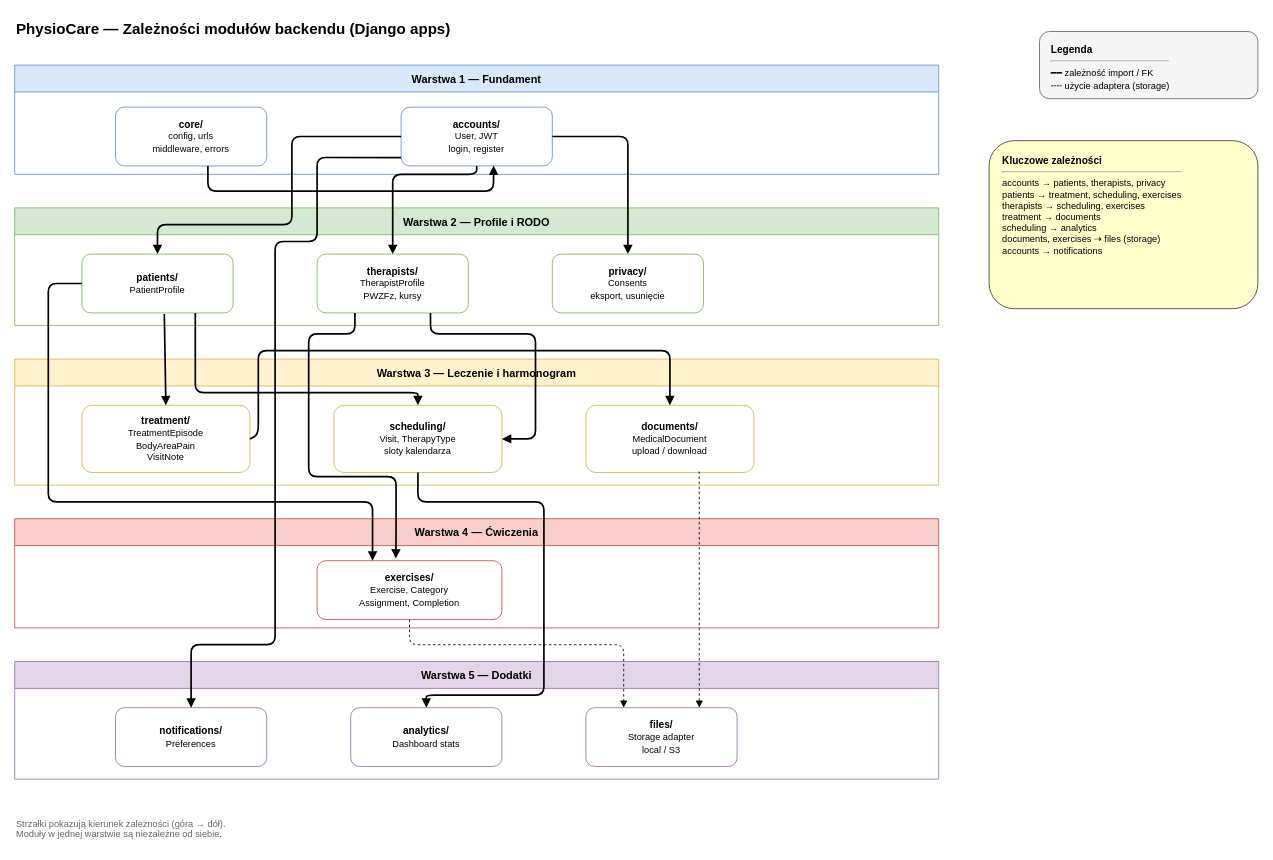
kacperszczudlo/PhysioCare keeps this draw.io diagram as docs/diagrams/module-dependencies.drawio. Above is the earlier version. Source tidied: cells renumbered, new cells numbered last; positions are measured from the earlier drawing's top-left corner, leaving out a move shared by most shapes. Both pictures are drawn from the tidied source at 84%, with x=0, y=0 at pixel (14, 14).
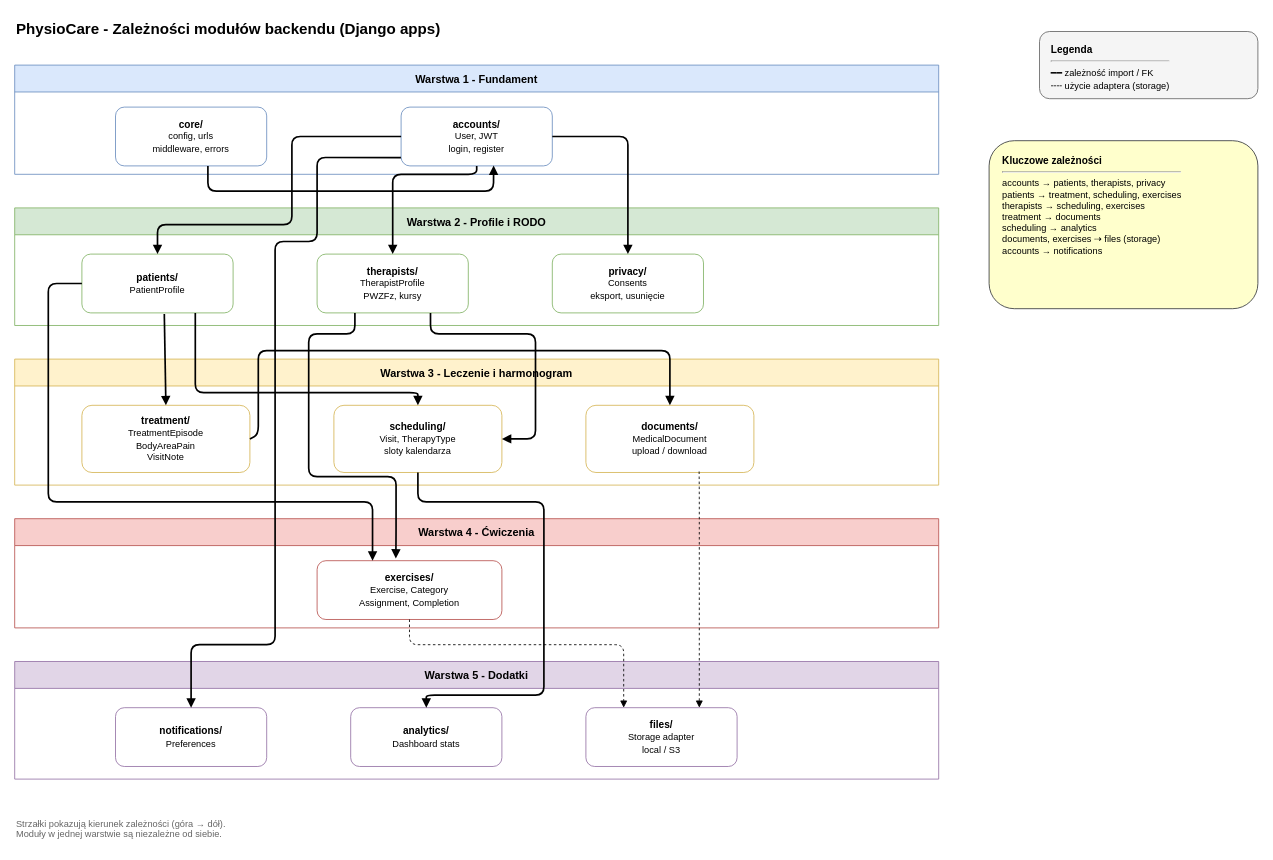
Above is the later version.

Change to the diagram source:
```diff
@@
-    <mxCell id="2" value="PhysioCare — Zależności modułów backendu (Django apps)" style="text;html=1;fontSize=18;fontStyle=1;align=left;fontFamily=Helvetica;" parent="1" vertex="1">
+    <mxCell id="2" value="PhysioCare - Zależności modułów backendu (Django apps)" style="text;html=1;fontSize=18;fontStyle=1;align=left;fontFamily=Helvetica;" parent="1" vertex="1">
       <mxGeometry width="600" height="32" as="geometry" />
     </mxCell>
@@
-    <mxCell id="4" value="Warstwa 1 — Fundament" style="swimlane;startSize=32;fillColor=#dae8fc;strokeColor=#6c8ebf;fontStyle=1;fontSize=13;fontFamily=Helvetica;" parent="1" vertex="1">
+    <mxCell id="4" value="Warstwa 1 - Fundament" style="swimlane;startSize=32;fillColor=#dae8fc;strokeColor=#6c8ebf;fontStyle=1;fontSize=13;fontFamily=Helvetica;" parent="1" vertex="1">
       <mxGeometry y="60" width="1100" height="130" as="geometry" />
     </mxCell>
@@
-    <mxCell id="7" value="Warstwa 2 — Profile i RODO" style="swimlane;startSize=32;fillColor=#d5e8d4;strokeColor=#82b366;fontStyle=1;fontSize=13;fontFamily=Helvetica;" parent="1" vertex="1">
+    <mxCell id="7" value="Warstwa 2 - Profile i RODO" style="swimlane;startSize=32;fillColor=#d5e8d4;strokeColor=#82b366;fontStyle=1;fontSize=13;fontFamily=Helvetica;" parent="1" vertex="1">
       <mxGeometry y="230" width="1100" height="140" as="geometry" />
     </mxCell>
@@
-    <mxCell id="11" value="Warstwa 3 — Leczenie i harmonogram" style="swimlane;startSize=32;fillColor=#fff2cc;strokeColor=#d6b656;fontStyle=1;fontSize=13;fontFamily=Helvetica;" parent="1" vertex="1">
+    <mxCell id="11" value="Warstwa 3 - Leczenie i harmonogram" style="swimlane;startSize=32;fillColor=#fff2cc;strokeColor=#d6b656;fontStyle=1;fontSize=13;fontFamily=Helvetica;" parent="1" vertex="1">
       <mxGeometry y="410" width="1100" height="150" as="geometry" />
     </mxCell>
@@
-    <mxCell id="15" value="Warstwa 4 — Ćwiczenia" style="swimlane;startSize=32;fillColor=#f8cecc;strokeColor=#b85450;fontStyle=1;fontSize=13;fontFamily=Helvetica;" parent="1" vertex="1">
+    <mxCell id="15" value="Warstwa 4 - Ćwiczenia" style="swimlane;startSize=32;fillColor=#f8cecc;strokeColor=#b85450;fontStyle=1;fontSize=13;fontFamily=Helvetica;" parent="1" vertex="1">
       <mxGeometry y="600" width="1100" height="130" as="geometry" />
     </mxCell>
@@
-    <mxCell id="17" value="Warstwa 5 — Dodatki" style="swimlane;startSize=32;fillColor=#e1d5e7;strokeColor=#9673a6;fontStyle=1;fontSize=13;fontFamily=Helvetica;" parent="1" vertex="1">
+    <mxCell id="17" value="Warstwa 5 - Dodatki" style="swimlane;startSize=32;fillColor=#e1d5e7;strokeColor=#9673a6;fontStyle=1;fontSize=13;fontFamily=Helvetica;" parent="1" vertex="1">
       <mxGeometry y="770" width="1100" height="140" as="geometry" />
     </mxCell>
```
